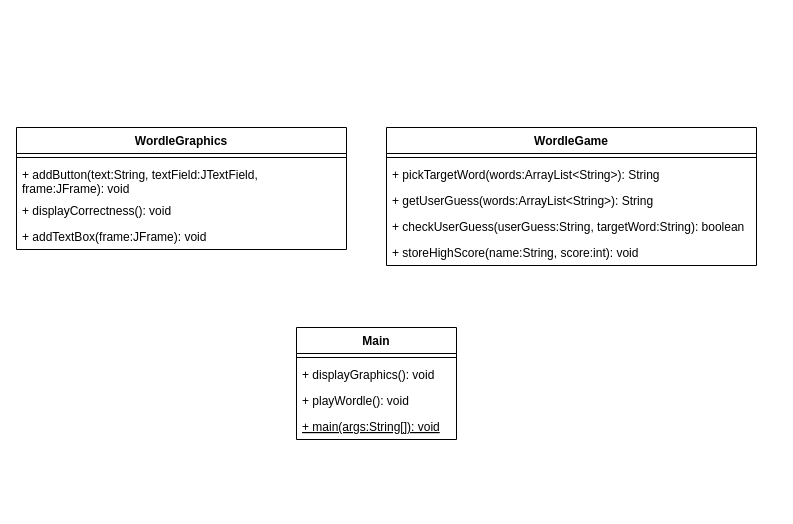
Above: Wordle++ UML Diagram.drawio in drewdezco/Wordle (draw.io), before the change. Source tidied: cells renumbered, new cells numbered last; positions are measured from the earlier drawing's top-left corner, leaving out a move shared by most shapes. Both pictures are drawn from the tidied source at 100%, with x=0, y=0 at pixel (16, 127).
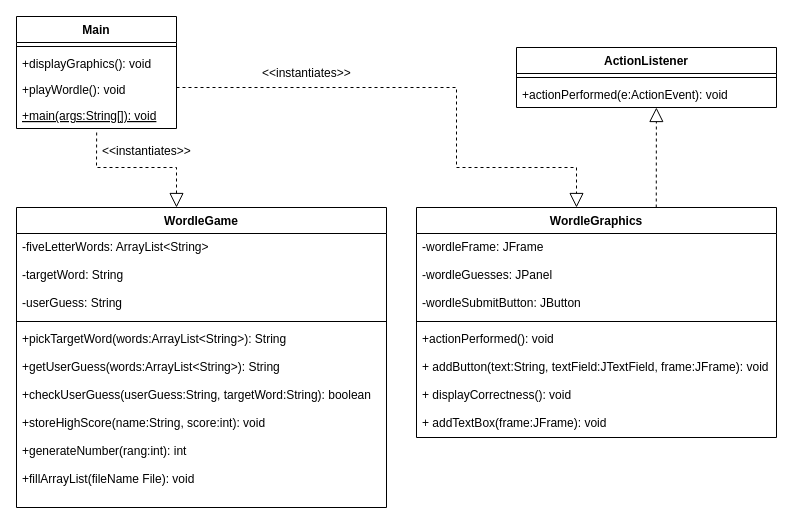
The same diagram, later.

Commit message:
Made changes to UML Diagram (Specifically added methods and variables to WordleGame and WordleGraphics, and added class ActionListener)

What changed in the source:
```diff
@@
-    <mxCell id="2" value="WordleGraphics" style="swimlane;fontStyle=1;align=center;verticalAlign=top;horizontal=1;startSize=26;rounded=0;shadow=0;strokeWidth=1;" parent="1" vertex="1">
-      <mxGeometry width="330" height="122" as="geometry" />
-    </mxCell>
-    <mxCell id="3" style="line;html=1;strokeWidth=1;align=left;verticalAlign=middle;spacingTop=-1;spacingLeft=3;spacingRight=3;labelPosition=right;" parent="2" vertex="1">
-      <mxGeometry y="26" width="330" height="8" as="geometry" />
-    </mxCell>
-    <mxCell id="4" value="+ addButton(text:String, textField:JTextField,&#10;frame:JFrame): void" style="text;strokeColor=none;fillColor=none;align=left;verticalAlign=top;spacingLeft=4;spacingRight=4;overflow=hidden;" parent="2" vertex="1">
-      <mxGeometry y="34" width="330" height="36" as="geometry" />
-    </mxCell>
-    <mxCell id="5" value="+ displayCorrectness(): void" style="text;strokeColor=none;fillColor=none;align=left;verticalAlign=top;spacingLeft=4;spacingRight=4;overflow=hidden;" parent="2" vertex="1">
-      <mxGeometry y="70" width="330" height="26" as="geometry" />
-    </mxCell>
-    <mxCell id="6" value="+ addTextBox(frame:JFrame): void" style="text;strokeColor=none;fillColor=none;align=left;verticalAlign=top;spacingLeft=4;spacingRight=4;overflow=hidden;" parent="2" vertex="1">
-      <mxGeometry y="96" width="330" height="26" as="geometry" />
-    </mxCell>
-    <mxCell id="7" value="WordleGame" style="swimlane;fontStyle=1;align=center;verticalAlign=top;horizontal=1;startSize=26;" parent="1" vertex="1">
-      <mxGeometry x="370" width="370" height="138" as="geometry" />
-    </mxCell>
-    <mxCell id="8" style="line;strokeWidth=1;fillColor=none;align=left;verticalAlign=middle;spacingTop=-1;spacingLeft=3;spacingRight=3;labelPosition=right;strokeColor=inherit;" parent="7" vertex="1">
-      <mxGeometry y="26" width="370" height="8" as="geometry" />
-    </mxCell>
-    <mxCell id="9" value="+ pickTargetWord(words:ArrayList&lt;String&gt;): String" style="text;strokeColor=none;fillColor=none;align=left;verticalAlign=top;spacingLeft=4;spacingRight=4;overflow=hidden;" parent="7" vertex="1">
-      <mxGeometry y="34" width="370" height="26" as="geometry" />
-    </mxCell>
-    <mxCell id="10" value="+ getUserGuess(words:ArrayList&lt;String&gt;): String" style="text;strokeColor=none;fillColor=none;align=left;verticalAlign=top;spacingLeft=4;spacingRight=4;overflow=hidden;" parent="7" vertex="1">
-      <mxGeometry y="60" width="370" height="26" as="geometry" />
-    </mxCell>
-    <mxCell id="11" value="+ checkUserGuess(userGuess:String, targetWord:String): boolean" style="text;strokeColor=none;fillColor=none;align=left;verticalAlign=top;spacingLeft=4;spacingRight=4;overflow=hidden;" parent="7" vertex="1">
-      <mxGeometry y="86" width="370" height="26" as="geometry" />
-    </mxCell>
-    <mxCell id="12" value="+ storeHighScore(name:String, score:int): void" style="text;strokeColor=none;fillColor=none;align=left;verticalAlign=top;spacingLeft=4;spacingRight=4;overflow=hidden;" parent="7" vertex="1">
-      <mxGeometry y="112" width="370" height="26" as="geometry" />
-    </mxCell>
     <mxCell id="13" value="Main" style="swimlane;fontStyle=1;align=center;verticalAlign=top;horizontal=1;startSize=26;" parent="1" vertex="1">
-      <mxGeometry x="280" y="200" width="160" height="112" as="geometry" />
+      <mxGeometry y="-111" width="160" height="112" as="geometry" />
     </mxCell>
@@
-    <mxCell id="15" value="+ displayGraphics(): void" style="text;strokeColor=none;fillColor=none;align=left;verticalAlign=top;spacingLeft=4;spacingRight=4;overflow=hidden;" parent="13" vertex="1">
+    <mxCell id="15" value="+displayGraphics(): void" style="text;strokeColor=none;fillColor=none;align=left;verticalAlign=top;spacingLeft=4;spacingRight=4;overflow=hidden;" parent="13" vertex="1">
       <mxGeometry y="34" width="160" height="26" as="geometry" />
     </mxCell>
-    <mxCell id="16" value="+ playWordle(): void" style="text;strokeColor=none;fillColor=none;align=left;verticalAlign=top;spacingLeft=4;spacingRight=4;overflow=hidden;" parent="13" vertex="1">
+    <mxCell id="16" value="+playWordle(): void" style="text;strokeColor=none;fillColor=none;align=left;verticalAlign=top;spacingLeft=4;spacingRight=4;overflow=hidden;" parent="13" vertex="1">
       <mxGeometry y="60" width="160" height="26" as="geometry" />
     </mxCell>
-    <mxCell id="17" value="+ main(args:String[]): void" style="text;strokeColor=none;fillColor=none;align=left;verticalAlign=top;spacingLeft=4;spacingRight=4;overflow=hidden;points=[[0,0.5],[1,0.5]];portConstraint=eastwest;fontStyle=4;" parent="13" vertex="1">
+    <mxCell id="17" value="+main(args:String[]): void" style="text;strokeColor=none;fillColor=none;align=left;verticalAlign=top;spacingLeft=4;spacingRight=4;overflow=hidden;points=[[0,0.5],[1,0.5]];portConstraint=eastwest;fontStyle=4;" parent="13" vertex="1">
       <mxGeometry y="86" width="160" height="26" as="geometry" />
     </mxCell>
+    <mxCell id="2" value="WordleGraphics" style="swimlane;fontStyle=1;align=center;verticalAlign=top;horizontal=1;startSize=26;" parent="1" vertex="1">
+      <mxGeometry x="400" y="80" width="360" height="230" as="geometry" />
+    </mxCell>
+    <mxCell id="18" value="-wordleFrame: JFrame&#10;&#10;-wordleGuesses: JPanel&#10;&#10;-wordleSubmitButton: JButton&#10;" style="text;strokeColor=none;fillColor=none;align=left;verticalAlign=top;spacingLeft=4;spacingRight=4;overflow=hidden;" parent="2" vertex="1">
+      <mxGeometry y="26" width="360" height="84" as="geometry" />
+    </mxCell>
+    <mxCell id="19" style="line;strokeWidth=1;fillColor=none;align=left;verticalAlign=middle;spacingTop=-1;spacingLeft=3;spacingRight=3;labelPosition=right;" parent="2" vertex="1">
+      <mxGeometry y="110" width="360" height="8" as="geometry" />
+    </mxCell>
+    <mxCell id="20" value="+actionPerformed(): void&#10;&#10;+ addButton(text:String, textField:JTextField, frame:JFrame): void&#10;&#10;+ displayCorrectness(): void&#10;&#10;+ addTextBox(frame:JFrame): void&#10;&#10;" style="text;strokeColor=none;fillColor=none;align=left;verticalAlign=top;spacingLeft=4;spacingRight=4;overflow=hidden;" parent="2" vertex="1">
+      <mxGeometry y="118" width="360" height="112" as="geometry" />
+    </mxCell>
+    <mxCell id="7" value="WordleGame" style="swimlane;fontStyle=1;align=center;verticalAlign=top;horizontal=1;startSize=26;" parent="1" vertex="1">
+      <mxGeometry y="80" width="370" height="300" as="geometry" />
+    </mxCell>
+    <mxCell id="21" value="-fiveLetterWords: ArrayList&lt;String&gt;&#10;&#10;-targetWord: String&#10;&#10;-userGuess: String&#10;" style="text;strokeColor=none;fillColor=none;align=left;verticalAlign=top;spacingLeft=4;spacingRight=4;overflow=hidden;" parent="7" vertex="1">
+      <mxGeometry y="26" width="370" height="84" as="geometry" />
+    </mxCell>
+    <mxCell id="22" style="line;strokeWidth=1;fillColor=none;align=left;verticalAlign=middle;spacingTop=-1;spacingLeft=3;spacingRight=3;labelPosition=right;" parent="7" vertex="1">
+      <mxGeometry y="110" width="370" height="8" as="geometry" />
+    </mxCell>
+    <mxCell id="23" value="+pickTargetWord(words:ArrayList&lt;String&gt;): String&#10;&#10;+getUserGuess(words:ArrayList&lt;String&gt;): String&#10;&#10;+checkUserGuess(userGuess:String, targetWord:String): boolean&#10;&#10;+storeHighScore(name:String, score:int): void&#10;&#10;+generateNumber(rang:int): int&#10;&#10;+fillArrayList(fileName File): void&#10;" style="text;strokeColor=none;fillColor=none;align=left;verticalAlign=top;spacingLeft=4;spacingRight=4;overflow=hidden;" parent="7" vertex="1">
+      <mxGeometry y="118" width="370" height="182" as="geometry" />
+    </mxCell>
+    <mxCell id="24" value="ActionListener" style="swimlane;fontStyle=1;align=center;verticalAlign=top;horizontal=1;startSize=26;" parent="1" vertex="1">
+      <mxGeometry x="500" y="-80" width="260" height="60" as="geometry" />
+    </mxCell>
+    <mxCell id="25" style="line;strokeWidth=1;fillColor=none;align=left;verticalAlign=middle;spacingTop=-1;spacingLeft=3;spacingRight=3;labelPosition=right;" parent="24" vertex="1">
+      <mxGeometry y="26" width="260" height="8" as="geometry" />
+    </mxCell>
+    <mxCell id="26" value="+actionPerformed(e:ActionEvent): void" style="text;strokeColor=none;fillColor=none;align=left;verticalAlign=top;spacingLeft=4;spacingRight=4;overflow=hidden;points=[[0,0.5],[1,0.5]];portConstraint=eastwest;" parent="24" vertex="1">
+      <mxGeometry y="34" width="260" height="26" as="geometry" />
+    </mxCell>
+    <mxCell id="27" style="endArrow=block;dashed=1;endFill=0;endSize=12;html=1;rounded=0;exitX=0.501;exitY=1.154;exitDx=0;exitDy=0;exitPerimeter=0;" parent="1" edge="1" source="17">
+      <mxGeometry relative="1" as="geometry">
+        <mxPoint x="160" y="80" as="targetPoint" />
+        <Array as="points">
+          <mxPoint x="80" y="40" />
+          <mxPoint x="160" y="40" />
+        </Array>
+      </mxGeometry>
+    </mxCell>
+    <mxCell id="28" style="endArrow=block;dashed=1;endFill=0;endSize=12;html=1;rounded=0;" parent="1" edge="1">
+      <mxGeometry relative="1" as="geometry">
+        <mxPoint x="160" y="-40" as="sourcePoint" />
+        <mxPoint x="560" y="80" as="targetPoint" />
+        <Array as="points">
+          <mxPoint x="440" y="-40" />
+          <mxPoint x="440" y="40" />
+          <mxPoint x="560" y="40" />
+        </Array>
+      </mxGeometry>
+    </mxCell>
+    <mxCell id="29" value="&lt;&lt;instantiates&gt;&gt;" style="text;strokeColor=none;fillColor=none;align=left;verticalAlign=top;spacingLeft=4;spacingRight=4;overflow=hidden;" parent="1" vertex="1">
+      <mxGeometry x="240" y="-68" width="100" height="26" as="geometry" />
+    </mxCell>
+    <mxCell id="30" value="&lt;&lt;instantiates&gt;&gt;" style="text;strokeColor=none;fillColor=none;align=left;verticalAlign=top;spacingLeft=4;spacingRight=4;overflow=hidden;" parent="1" vertex="1">
+      <mxGeometry x="80" y="10" width="100" height="26" as="geometry" />
+    </mxCell>
+    <mxCell id="31" style="endArrow=block;dashed=1;endFill=0;endSize=12;html=1;rounded=0;exitX=0.666;exitY=0;exitDx=0;exitDy=0;exitPerimeter=0;entryX=0.538;entryY=1;entryDx=0;entryDy=0;entryPerimeter=0;" parent="1" edge="1" source="2" target="26">
+      <mxGeometry relative="1" as="geometry" />
+    </mxCell>
```
